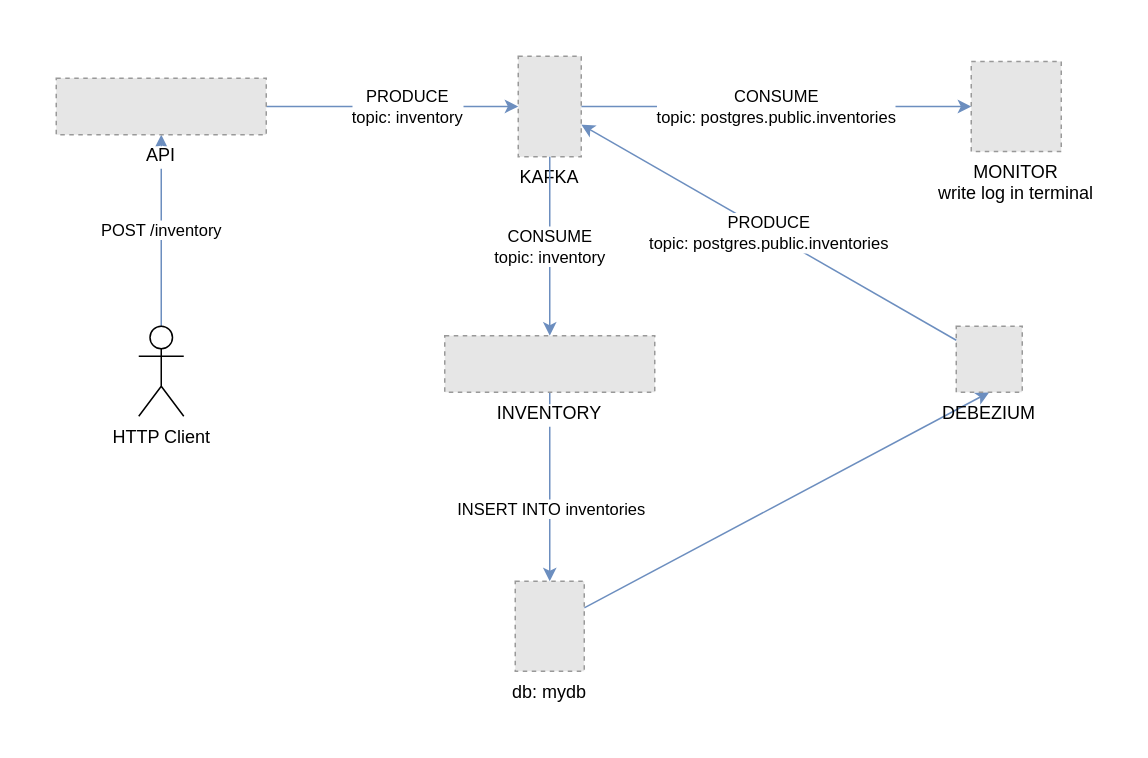
This is assets/diagram/systemArchitecture.drawio from rgomide/systems-integration-with-kafka, a draw.io file, before an edit. Source tidied: cells renumbered, new cells numbered last; positions are measured from the earlier drawing's top-left corner, leaving out a move shared by most shapes. Both pictures are drawn from the tidied source at 150%, with x=0, y=0 at pixel (56, 56). Pictures stored in the file or linked from it are replaced by grey dashed boxes.
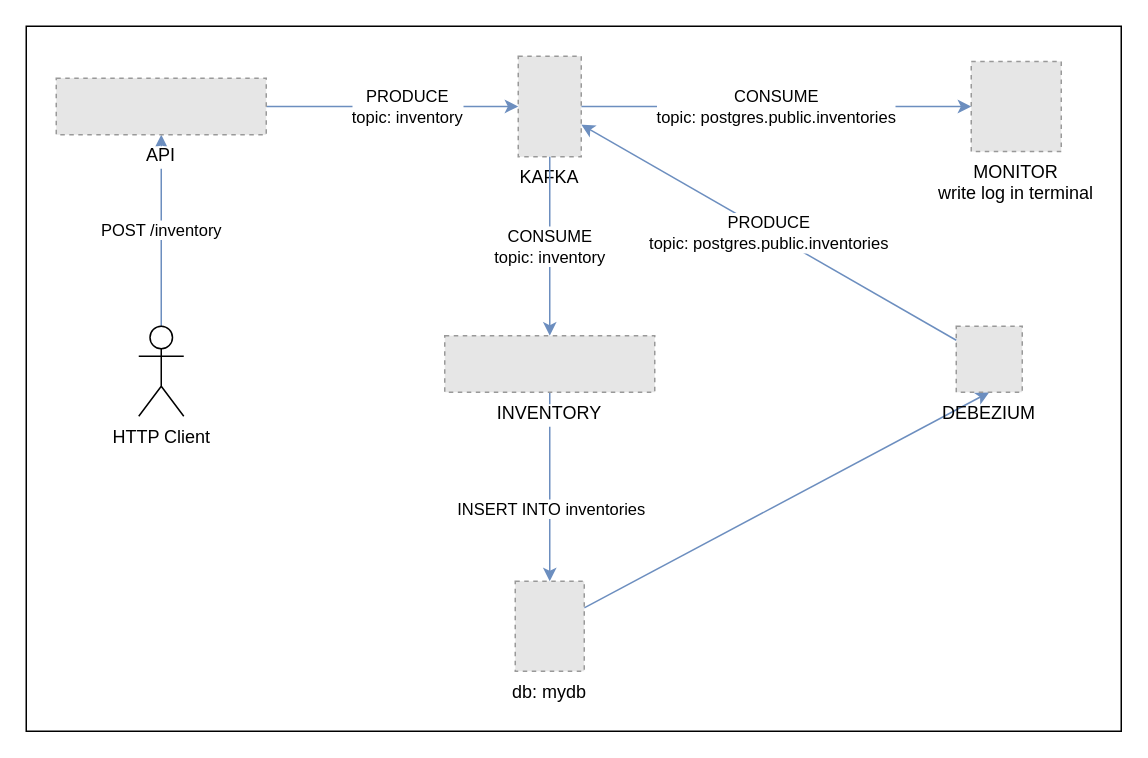
After the change.

Diff of the diagram source:
```diff
@@
 <mxGraphModel>
   <root>
     <mxCell id="0" />
     <mxCell id="1" parent="0" />
+    <mxCell id="17" style="rounded=0;whiteSpace=wrap;html=1;" parent="1" vertex="1">
+      <mxGeometry x="-20" y="-20" width="730" height="470" as="geometry" />
+    </mxCell>
     <mxCell id="2" style="rounded=0;jettySize=auto;html=1;entryX=0.5;entryY=1;entryDx=0;entryDy=0;fillColor=#dae8fc;strokeColor=#6c8ebf;" parent="1" edge="1" source="3" target="14">
       <mxGeometry relative="1" as="geometry" />
     </mxCell>
     <mxCell id="3" value="db: mydb" style="fillColor=#E6E6E6;strokeColor=#999999;dashed=1;verticalLabelPosition=bottom;labelBackgroundColor=#ffffff;verticalAlign=top;" parent="1" vertex="1">
       <mxGeometry x="306" y="350" width="46" height="60" as="geometry" />
     </mxCell>
     <mxCell id="4" style="rounded=0;jettySize=auto;html=1;exitX=1;exitY=0.5;exitDx=0;exitDy=0;fillColor=#dae8fc;strokeColor=#6c8ebf;" parent="1" edge="1" source="10" target="9">
       <mxGeometry relative="1" as="geometry" />
     </mxCell>
     <mxCell id="5" value="PRODUCE&lt;br&gt;topic: inventory" style="edgeLabel;html=1;align=center;verticalAlign=middle;" parent="4" vertex="1">
       <mxGeometry x="0.12" relative="1" as="geometry" />
     </mxCell>
     <mxCell id="6" value="POST /inventory" style="rounded=0;jettySize=auto;html=1;entryX=0.5;entryY=1;entryDx=0;entryDy=0;strokeColor=#6c8ebf;fillColor=#dae8fc;" parent="1" edge="1" source="7" target="10">
       <mxGeometry relative="1" as="geometry" />
     </mxCell>
     <mxCell id="7" value="HTTP Client&lt;div&gt;&lt;br&gt;&lt;/div&gt;" style="shape=umlActor;verticalLabelPosition=bottom;verticalAlign=top;html=1;outlineConnect=0;" parent="1" vertex="1">
       <mxGeometry x="55" y="180" width="30" height="60" as="geometry" />
     </mxCell>
     <mxCell id="8" value="CONSUME&lt;br&gt;topic: postgres.public.inventories" style="rounded=0;jettySize=auto;html=1;fillColor=#dae8fc;strokeColor=#6c8ebf;" parent="1" edge="1" source="9" target="15">
       <mxGeometry relative="1" as="geometry" />
     </mxCell>
     <mxCell id="9" value="KAFKA" style="fillColor=#E6E6E6;strokeColor=#999999;dashed=1;verticalLabelPosition=bottom;labelBackgroundColor=#ffffff;verticalAlign=top;" parent="1" vertex="1">
       <mxGeometry x="308" width="42" height="67" as="geometry" />
     </mxCell>
     <mxCell id="10" value="API" style="fillColor=#E6E6E6;strokeColor=#999999;dashed=1;verticalLabelPosition=bottom;labelBackgroundColor=#ffffff;verticalAlign=top;" parent="1" vertex="1">
       <mxGeometry y="14.6" width="140" height="37.7" as="geometry" />
     </mxCell>
     <mxCell id="11" value="CONSUME&lt;br&gt;topic: inventory" style="rounded=0;jettySize=auto;html=1;fillColor=#dae8fc;strokeColor=#6c8ebf;" parent="1" edge="1" source="9" target="13">
       <mxGeometry relative="1" as="geometry" />
     </mxCell>
     <mxCell id="12" value="INSERT INTO inventories" style="edgeStyle=orthogonalEdgeStyle;rounded=0;jettySize=auto;html=1;fillColor=#dae8fc;strokeColor=#6c8ebf;" parent="1" edge="1" source="13" target="3">
       <mxGeometry x="0.24" y="1" relative="1" as="geometry" />
     </mxCell>
     <mxCell id="13" value="INVENTORY" style="fillColor=#E6E6E6;strokeColor=#999999;dashed=1;verticalLabelPosition=bottom;labelBackgroundColor=#ffffff;verticalAlign=top;" parent="1" vertex="1">
       <mxGeometry x="259" y="186.3" width="140" height="37.7" as="geometry" />
     </mxCell>
     <mxCell id="14" value="DEBEZIUM" style="fillColor=#E6E6E6;strokeColor=#999999;dashed=1;verticalLabelPosition=bottom;verticalAlign=top;" parent="1" vertex="1">
       <mxGeometry x="600" y="180" width="44" height="44" as="geometry" />
     </mxCell>
     <mxCell id="15" value="MONITOR&#10;write log in terminal" style="fillColor=#E6E6E6;strokeColor=#999999;dashed=1;verticalLabelPosition=bottom;verticalAlign=top;" parent="1" vertex="1">
       <mxGeometry x="610" y="3.5" width="60" height="60" as="geometry" />
     </mxCell>
     <mxCell id="16" value="PRODUCE&lt;br&gt;topic: postgres.public.inventories" style="rounded=0;jettySize=auto;html=1;fillColor=#dae8fc;strokeColor=#6c8ebf;" parent="1" edge="1" source="14" target="9">
       <mxGeometry relative="1" as="geometry" />
     </mxCell>
   </root>
 </mxGraphModel>
```
